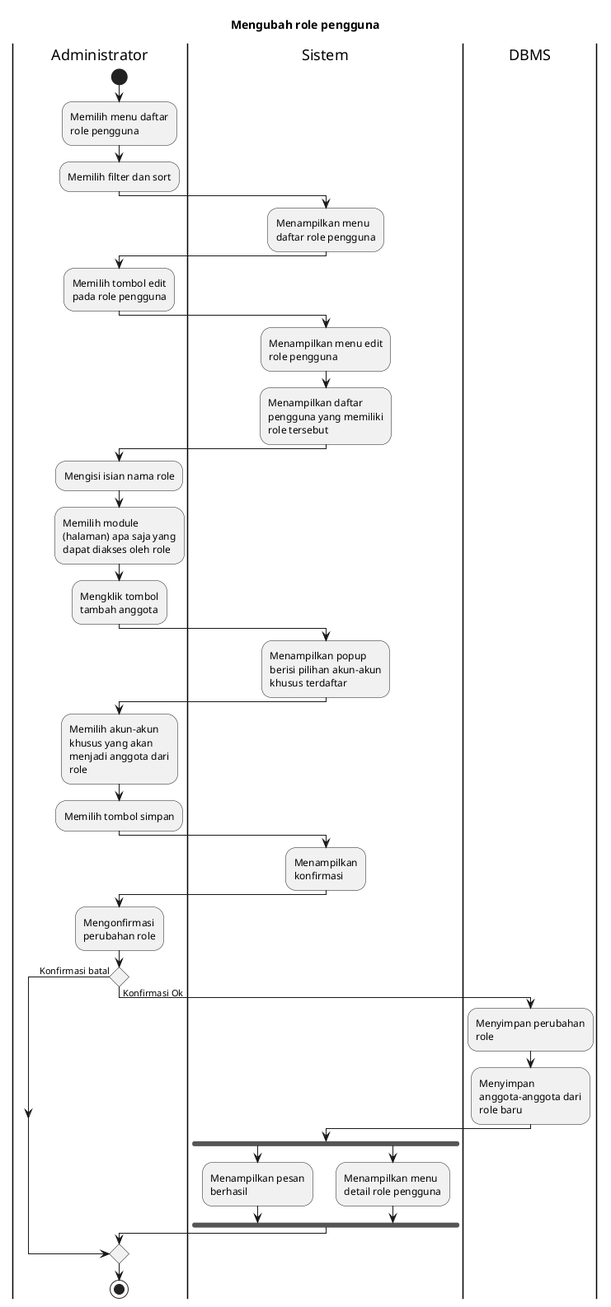
This is export/Activity Diagrams/UC-MGUSER - Manajemen Pengguna/UC-MGUSER-007 - Mengubah role pengguna.png from bagusNA/appl-diagrams, a PlantUML export, as it was before one commit.
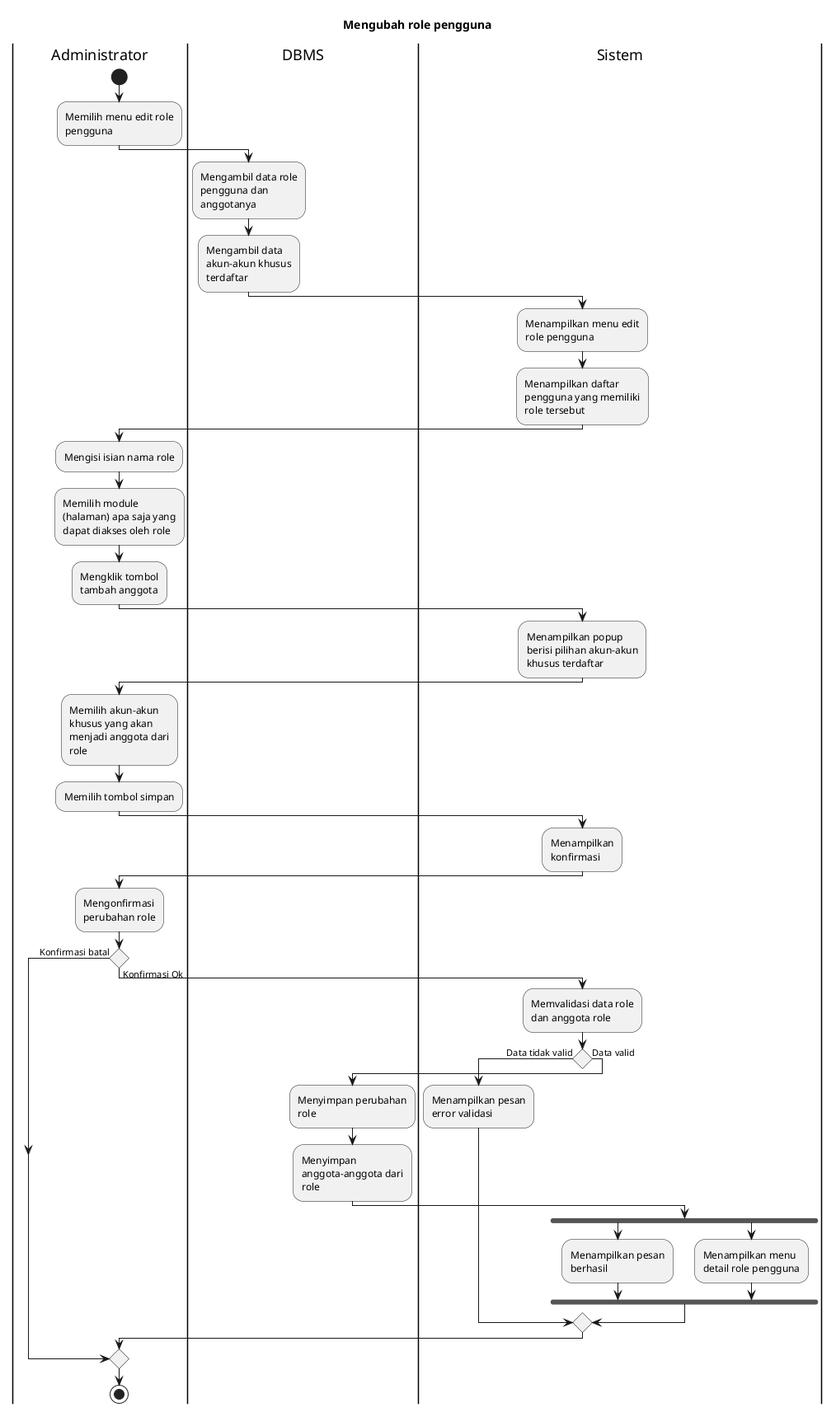
Above is the later version.

Change to the diagram source:
```diff
@@ -5,14 +5,11 @@
 
 |Administrator|
 start
-:Memilih menu daftar role pengguna;
-:Memilih filter dan sort;
+:Memilih menu edit role pengguna;
 
-|Sistem|
-:Menampilkan menu daftar role pengguna;
-
-|Administrator|
-:Memilih tombol edit pada role pengguna;
+|DBMS|
+:Mengambil data role pengguna dan anggotanya;
+:Mengambil data akun-akun khusus terdaftar;
 
 |Sistem|
 :Menampilkan menu edit role pengguna;
@@ -38,16 +35,23 @@
 
 if () then (Konfirmasi batal)
 else (Konfirmasi Ok)
-  |DBMS|
-  :Menyimpan perubahan role;
-  :Menyimpan anggota-anggota dari role baru;
+  |Sistem|
+  :Memvalidasi data role dan anggota role;
 
-  |Sistem|
-  fork
-    :Menampilkan pesan berhasil;
-  fork again
-    :Menampilkan menu detail role pengguna;
-  endfork
+  if () then (Data tidak valid)
+    :Menampilkan pesan error validasi;
+  else (Data valid)
+    |DBMS|
+    :Menyimpan perubahan role;
+    :Menyimpan anggota-anggota dari role;
+
+    |Sistem|
+    fork
+      :Menampilkan pesan berhasil;
+    fork again
+      :Menampilkan menu detail role pengguna;
+    endfork
+  endif
 endif
 
 |Administrator|
```
